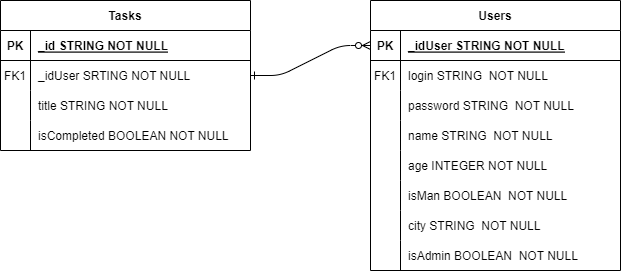
Earlier version of the draw.io export ToDoList.drawio.png (apache217/ToDoList). Source tidied: cells renumbered, new cells last; positions are measured from the earlier drawing's top-left corner, leaving out a move shared by most shapes.
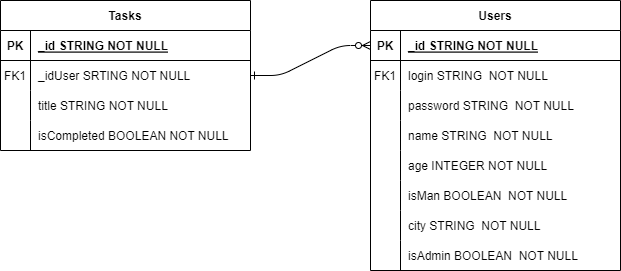
Later version of the same file.

Diff of the diagram source:
```diff
@@ -53,7 +53,7 @@
     <mxCell id="18" value="PK" style="shape=partialRectangle;overflow=hidden;fillColor=none;top=0;left=0;bottom=0;right=0;fontStyle=1;" parent="17" vertex="1">
       <mxGeometry width="30" height="30" as="geometry" />
     </mxCell>
-    <mxCell id="19" value="_idUser STRING NOT NULL" style="shape=partialRectangle;overflow=hidden;fillColor=none;top=0;left=0;bottom=0;right=0;align=left;spacingLeft=6;fontStyle=5;" parent="17" vertex="1">
+    <mxCell id="19" value="_id STRING NOT NULL" style="shape=partialRectangle;overflow=hidden;fillColor=none;top=0;left=0;bottom=0;right=0;align=left;spacingLeft=6;fontStyle=5;" parent="17" vertex="1">
       <mxGeometry x="30" width="220" height="30" as="geometry" />
     </mxCell>
     <mxCell id="20" style="shape=partialRectangle;fillColor=none;top=0;left=0;right=0;bottom=0;" parent="16" vertex="1">
```
